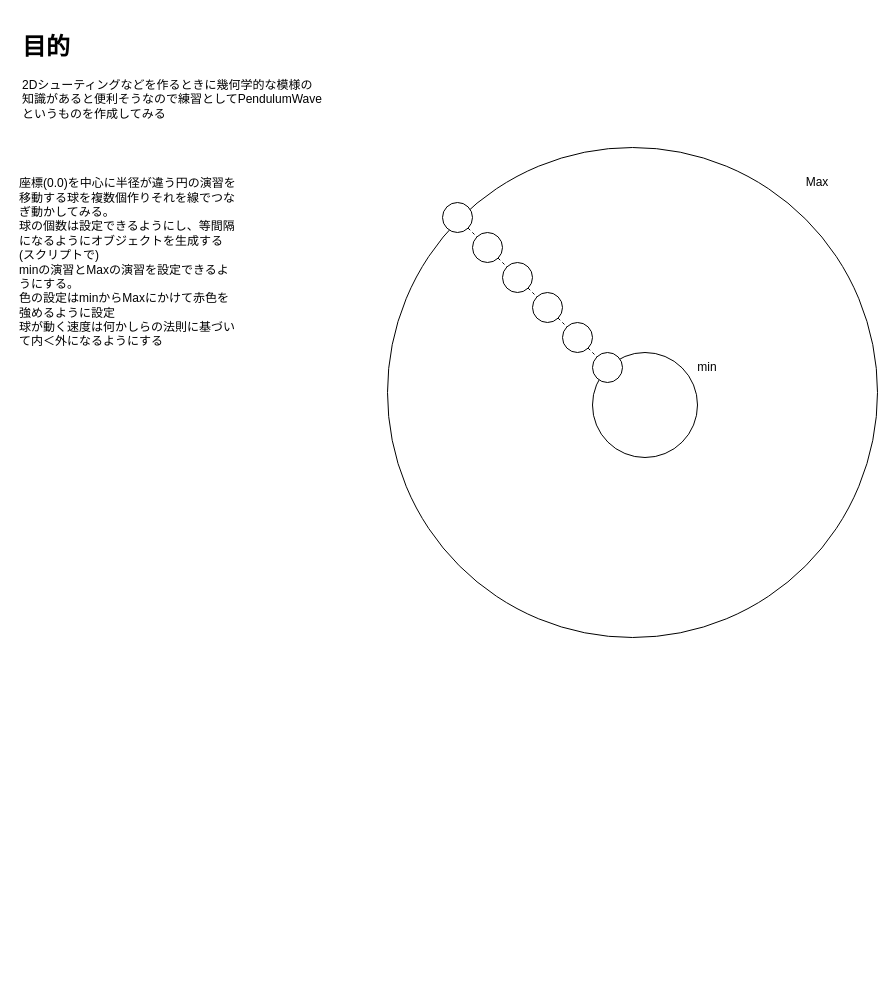
Above: 予定/設計.drawio in ST-432/Geometry (draw.io), before the change. Source tidied: cells renumbered, new cells numbered last; positions are measured from the earlier drawing's top-left corner, leaving out a move shared by most shapes. Both pictures are drawn from the tidied source at 100%, with x=0, y=0 at pixel (17, 27).
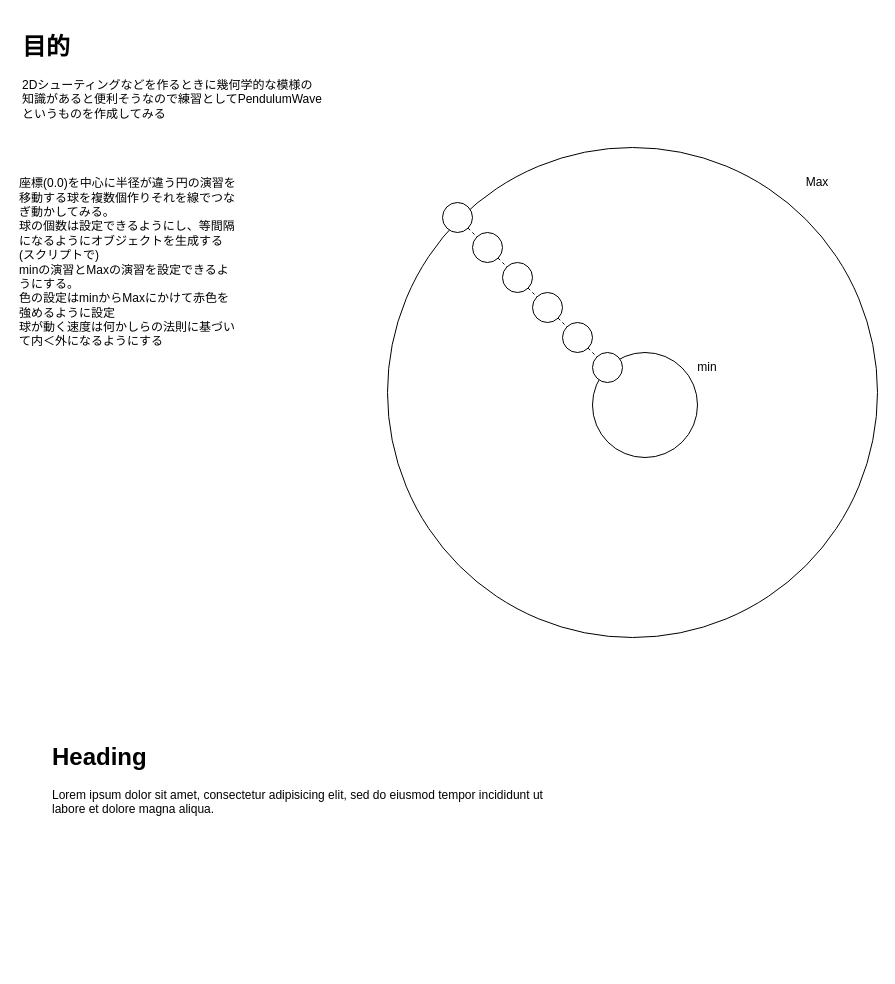
The same diagram, later.

Commit message (it also covers changes not shown here):
とりあえず作成完了。 違う図形や、3Dなどでも作ってみたい

The edit, as a diff of the source:
```diff
@@
+    <mxCell id="21" value="&lt;h1&gt;Heading&lt;/h1&gt;&lt;p&gt;Lorem ipsum dolor sit amet, consectetur adipisicing elit, sed do eiusmod tempor incididunt ut labore et dolore magna aliqua.&lt;/p&gt;" style="text;html=1;strokeColor=none;fillColor=none;spacing=5;spacingTop=-20;whiteSpace=wrap;overflow=hidden;rounded=0;" parent="1" vertex="1">
+      <mxGeometry x="30" y="710" width="500" height="230" as="geometry" />
+    </mxCell>
```
